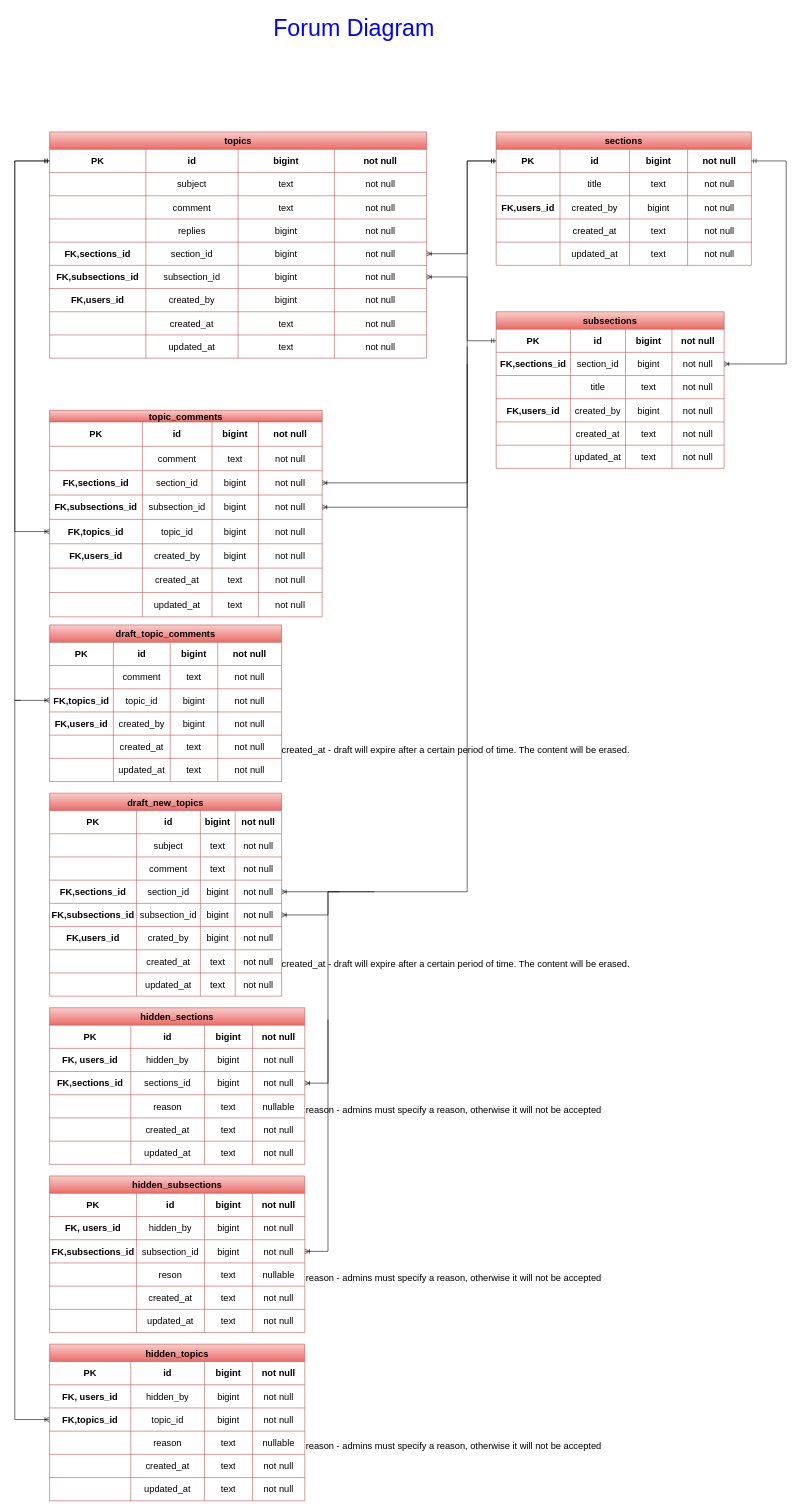
The draw.io diagram blueprint/forum/diagram.drawio in kingofdice66/ClientTesteOnlineAmazingTeens, before the edit. Source tidied: cells renumbered, new cells numbered last; positions are measured from the earlier drawing's top-left corner, leaving out a move shared by most shapes. Both pictures are drawn from the tidied source at 58%, with x=0, y=0 at pixel (14, 10).
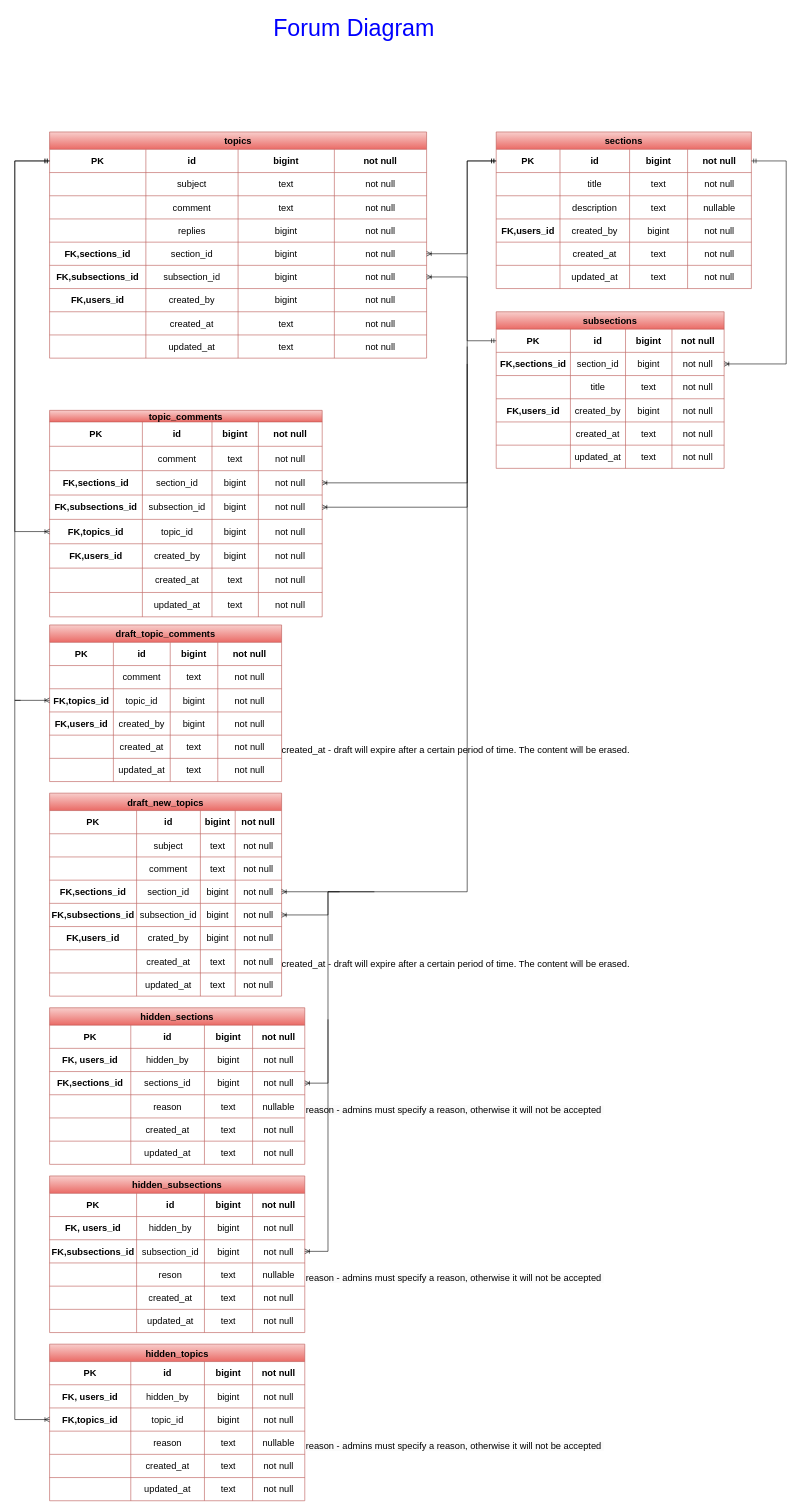
Above is the later version.

Diff of the diagram source:
```diff
@@
     <mxCell id="48" value="sections" style="shape=table;startSize=30;childLayout=tableLayout;strokeColor=#b85450;fontSize=16;fillColor=#f8cecc;gradientColor=#ea6b66;fontStyle=1;" parent="1" vertex="1">
-      <mxGeometry x="830" y="210" width="440" height="230" as="geometry" />
+      <mxGeometry x="830" y="210" width="440" height="270" as="geometry" />
     </mxCell>
@@
+    <mxCell id="329" style="shape=tableRow;horizontal=0;startSize=0;swimlaneHead=0;swimlaneBody=0;strokeColor=inherit;top=0;left=0;bottom=0;right=0;fillColor=none;fontSize=16;" parent="48" vertex="1">
+      <mxGeometry y="110" width="440" height="40" as="geometry" />
+    </mxCell>
+    <mxCell id="330" style="shape=partialRectangle;html=1;whiteSpace=wrap;strokeColor=inherit;overflow=hidden;fillColor=none;top=0;left=0;bottom=0;right=0;fontSize=16;" parent="329" vertex="1">
+      <mxGeometry width="110" height="40" as="geometry" />
+    </mxCell>
+    <mxCell id="331" value="description" style="shape=partialRectangle;html=1;whiteSpace=wrap;strokeColor=inherit;overflow=hidden;fillColor=none;top=0;left=0;bottom=0;right=0;fontSize=16;" parent="329" vertex="1">
+      <mxGeometry x="110" width="120" height="40" as="geometry" />
+    </mxCell>
+    <mxCell id="332" value="text" style="shape=partialRectangle;html=1;whiteSpace=wrap;strokeColor=inherit;overflow=hidden;fillColor=none;top=0;left=0;bottom=0;right=0;fontSize=16;" parent="329" vertex="1">
+      <mxGeometry x="230" width="100" height="40" as="geometry" />
+    </mxCell>
+    <mxCell id="333" value="nullable" style="shape=partialRectangle;html=1;whiteSpace=wrap;strokeColor=inherit;overflow=hidden;fillColor=none;top=0;left=0;bottom=0;right=0;fontSize=16;" parent="329" vertex="1">
+      <mxGeometry x="330" width="110" height="40" as="geometry" />
+    </mxCell>
     <mxCell id="59" style="shape=tableRow;horizontal=0;startSize=0;swimlaneHead=0;swimlaneBody=0;strokeColor=inherit;top=0;left=0;bottom=0;right=0;fillColor=none;fontSize=16;" parent="48" vertex="1">
-      <mxGeometry y="110" width="440" height="40" as="geometry" />
+      <mxGeometry y="150" width="440" height="40" as="geometry" />
     </mxCell>
@@
     <mxCell id="64" style="shape=tableRow;horizontal=0;startSize=0;swimlaneHead=0;swimlaneBody=0;strokeColor=inherit;top=0;left=0;bottom=0;right=0;fillColor=none;fontSize=16;" parent="48" vertex="1">
-      <mxGeometry y="150" width="440" height="40" as="geometry" />
+      <mxGeometry y="190" width="440" height="40" as="geometry" />
     </mxCell>
@@
     <mxCell id="69" style="shape=tableRow;horizontal=0;startSize=0;swimlaneHead=0;swimlaneBody=0;strokeColor=inherit;top=0;left=0;bottom=0;right=0;fillColor=none;fontSize=16;" parent="48" vertex="1">
-      <mxGeometry y="190" width="440" height="40" as="geometry" />
+      <mxGeometry y="230" width="440" height="40" as="geometry" />
     </mxCell>
```
